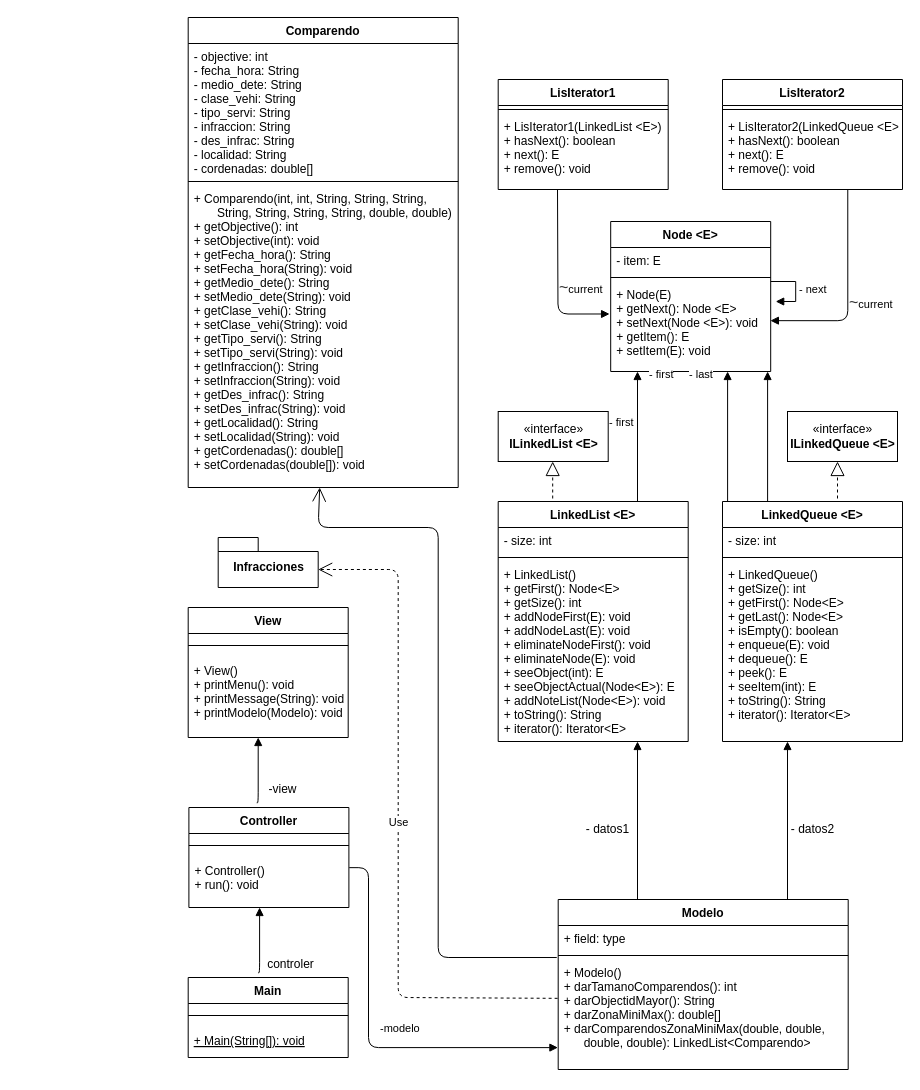
ppastram/Proyecto1_202010_sec4_team5 keeps this draw.io diagram as docs/Untitled Diagram.drawio. Above is the earlier version. Source tidied: cells renumbered, new cells numbered last; positions are measured from the earlier drawing's top-left corner, leaving out a move shared by most shapes. Both pictures are drawn from the tidied source at 100%, with x=0, y=0 at pixel (188, 17).
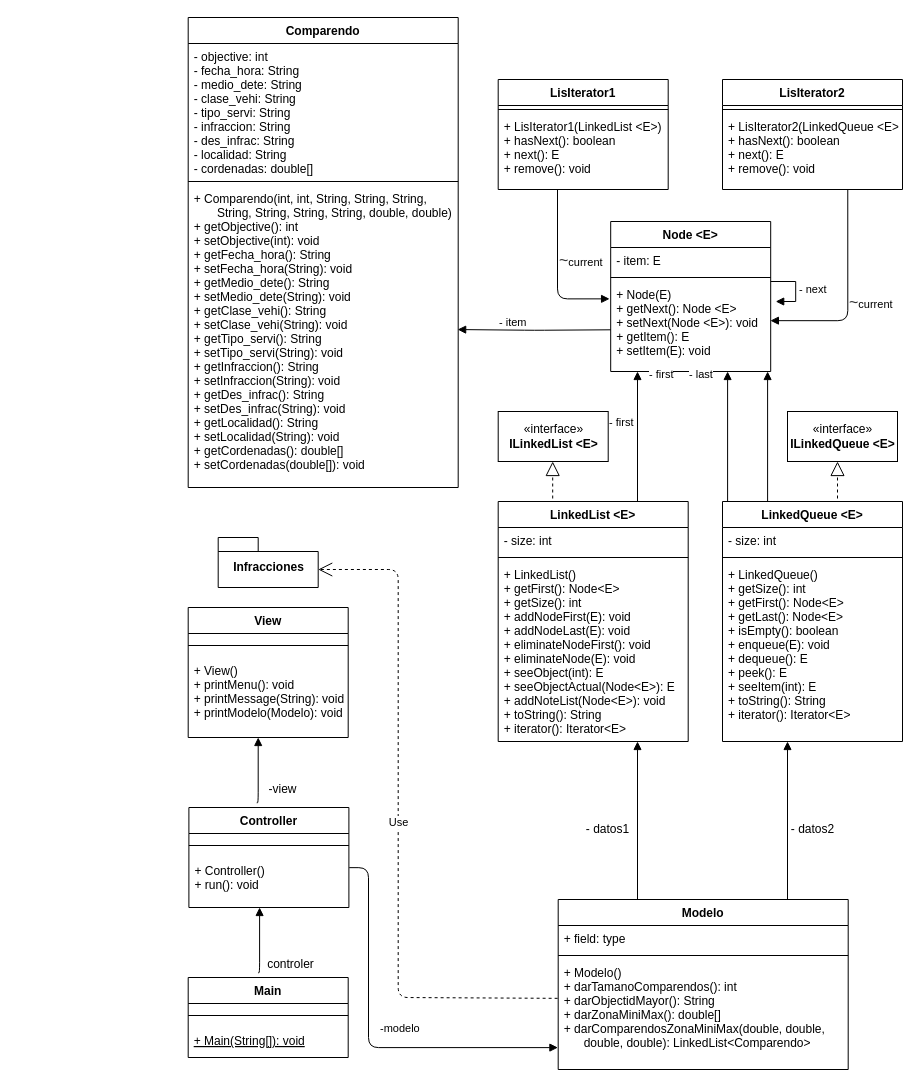
The same diagram, later.

Commit message:
Update Untitled Diagram final.drawio

Unchanged cells that the change refers to:
```xml
<mxCell id="25" value="+ Modelo()&#10;+ darTamanoComparendos(): int&#10;+ darObjectidMayor(): String&#10;+ darZonaMiniMax(): double[]&#10;+ darComparendosZonaMiniMax(double, double, &#10;      double, double): LinkedList&lt;Comparendo&gt;" style="text;strokeColor=none;fillColor=none;align=left;verticalAlign=top;spacingLeft=4;spacingRight=4;overflow=hidden;points=[[0,0.5],[1,0.5]];portConstraint=eastwest;" parent="22" vertex="1">
  <mxGeometry y="60" width="290" height="110" as="geometry" />
</mxCell>
<mxCell id="34" value="+ Comparendo(int, int, String, String, String,  &#10;       String, String, String, String, double, double)&#10;+ getObjective(): int&#10;+ setObjective(int): void&#10;+ getFecha_hora(): String&#10;+ setFecha_hora(String): void&#10;+ getMedio_dete(): String&#10;+ setMedio_dete(String): void&#10;+ getClase_vehi(): String&#10;+ setClase_vehi(String): void&#10;+ getTipo_servi(): String&#10;+ setTipo_servi(String): void&#10;+ getInfraccion(): String&#10;+ setInfraccion(String): void&#10;+ getDes_infrac(): String&#10;+ setDes_infrac(String): void&#10;+ getLocalidad(): String&#10;+ setLocalidad(String): void&#10;+ getCordenadas(): double[]&#10;+ setCordenadas(double[]): void&#10;&#10;&#10;" style="text;strokeColor=none;fillColor=none;align=left;verticalAlign=top;spacingLeft=4;spacingRight=4;overflow=hidden;points=[[0,0.5],[1,0.5]];portConstraint=eastwest;" parent="31" vertex="1">
  <mxGeometry y="168" width="270" height="302" as="geometry" />
</mxCell>
<mxCell id="50" value="+ Node(E)&#10;+ getNext(): Node &lt;E&gt;&#10;+ setNext(Node &lt;E&gt;): void&#10;+ getItem(): E&#10;+ setItem(E): void" style="text;strokeColor=none;fillColor=none;align=left;verticalAlign=top;spacingLeft=4;spacingRight=4;overflow=hidden;points=[[0,0.5],[1,0.5]];portConstraint=eastwest;" parent="47" vertex="1">
  <mxGeometry y="60" width="160" height="90" as="geometry" />
</mxCell>
<mxCell id="51" value="LisIterator1" style="swimlane;fontStyle=1;align=center;verticalAlign=top;horizontal=1;startSize=26;" parent="1" vertex="1">
  <mxGeometry x="309.7" y="62" width="170" height="110" as="geometry" />
</mxCell>
```

What changed in the source:
```diff
@@
-    <mxCell id="30" style="endArrow=open;endFill=1;endSize=12;html=1;exitX=-0.005;exitY=-0.018;exitDx=0;exitDy=0;exitPerimeter=0;" parent="1" edge="1" source="25">
-      <mxGeometry relative="1" as="geometry">
-        <mxPoint x="131.2" y="470" as="targetPoint" />
-        <Array as="points">
-          <mxPoint x="249.7" y="940" />
-          <mxPoint x="249.7" y="510" />
-          <mxPoint x="129.7" y="510" />
-        </Array>
-      </mxGeometry>
-    </mxCell>
@@
-    <mxCell id="54" value="&lt;h1 style=&quot;white-space: normal ; margin: 0px ; padding: 0px ; line-height: 1.3 ; color: rgb(51 , 51 , 51)&quot;&gt;&lt;/h1&gt;&lt;span style=&quot;font-size: 16px ; white-space: normal ; color: rgb(51 , 51 , 51) ; font-family: , &amp;#34;blinkmacsystemfont&amp;#34; , &amp;#34;segoe ui&amp;#34; , &amp;#34;roboto&amp;#34; , , &amp;#34;ubuntu&amp;#34; , &amp;#34;cantarell&amp;#34; , &amp;#34;helvetica neue&amp;#34; , sans-serif&quot;&gt;~&lt;/span&gt;current" style="endArrow=block;endFill=1;html=1;edgeStyle=orthogonalEdgeStyle;align=left;verticalAlign=top;entryX=-0.007;entryY=0.361;entryDx=0;entryDy=0;entryPerimeter=0;" parent="51" edge="1" target="50">
-      <mxGeometry x="-0.07" relative="1" as="geometry">
+    <mxCell id="54" value="&lt;h1 style=&quot;white-space: normal ; margin: 0px ; padding: 0px ; line-height: 1.3 ; color: rgb(51 , 51 , 51)&quot;&gt;&lt;/h1&gt;&lt;span style=&quot;font-size: 16px ; white-space: normal ; color: rgb(51 , 51 , 51) ; font-family: , &amp;#34;blinkmacsystemfont&amp;#34; , &amp;#34;segoe ui&amp;#34; , &amp;#34;roboto&amp;#34; , , &amp;#34;ubuntu&amp;#34; , &amp;#34;cantarell&amp;#34; , &amp;#34;helvetica neue&amp;#34; , sans-serif&quot;&gt;~&lt;/span&gt;current" style="endArrow=block;endFill=1;html=1;edgeStyle=orthogonalEdgeStyle;align=left;verticalAlign=top;entryX=-0.007;entryY=0.193;entryDx=0;entryDy=0;entryPerimeter=0;" parent="51" edge="1" target="50">
+      <mxGeometry x="-0.32" relative="1" as="geometry">
         <mxPoint x="59.3" y="110" as="sourcePoint" />
+        <Array as="points">
+          <mxPoint x="59" y="219" />
+        </Array>
       </mxGeometry>
     </mxCell>
@@
+    <mxCell id="71" value="- item" style="endArrow=block;endFill=1;html=1;edgeStyle=orthogonalEdgeStyle;align=left;verticalAlign=top;entryX=0.998;entryY=0.477;entryDx=0;entryDy=0;entryPerimeter=0;" parent="1" edge="1" target="34">
+      <mxGeometry x="0.48" y="-20" relative="1" as="geometry">
+        <mxPoint x="422.2" y="312.3" as="sourcePoint" />
+      </mxGeometry>
+    </mxCell>
```
